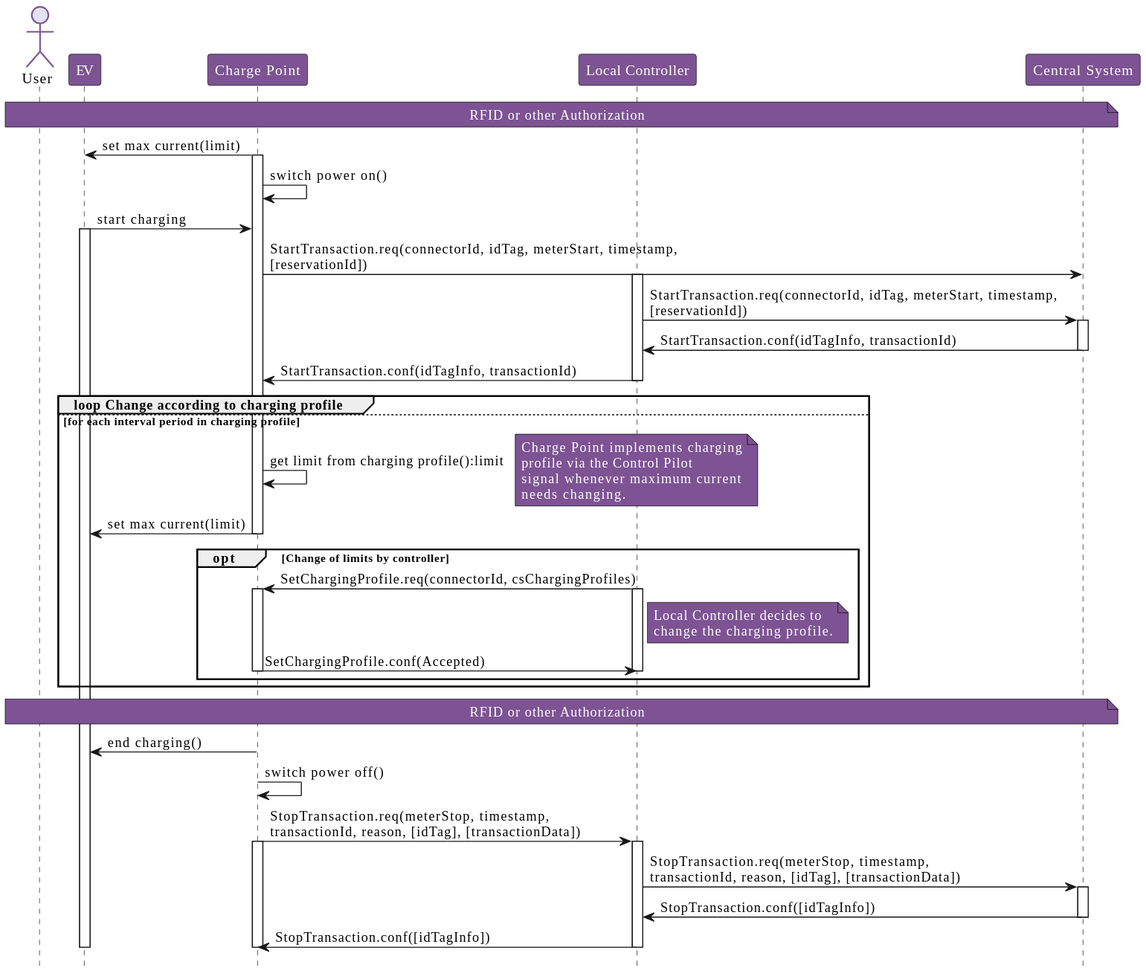
phoi5675/ocpp-markdown keeps this PlantUML diagram as OCPP_1.6/images/figure_11.svg. Above is the earlier version.
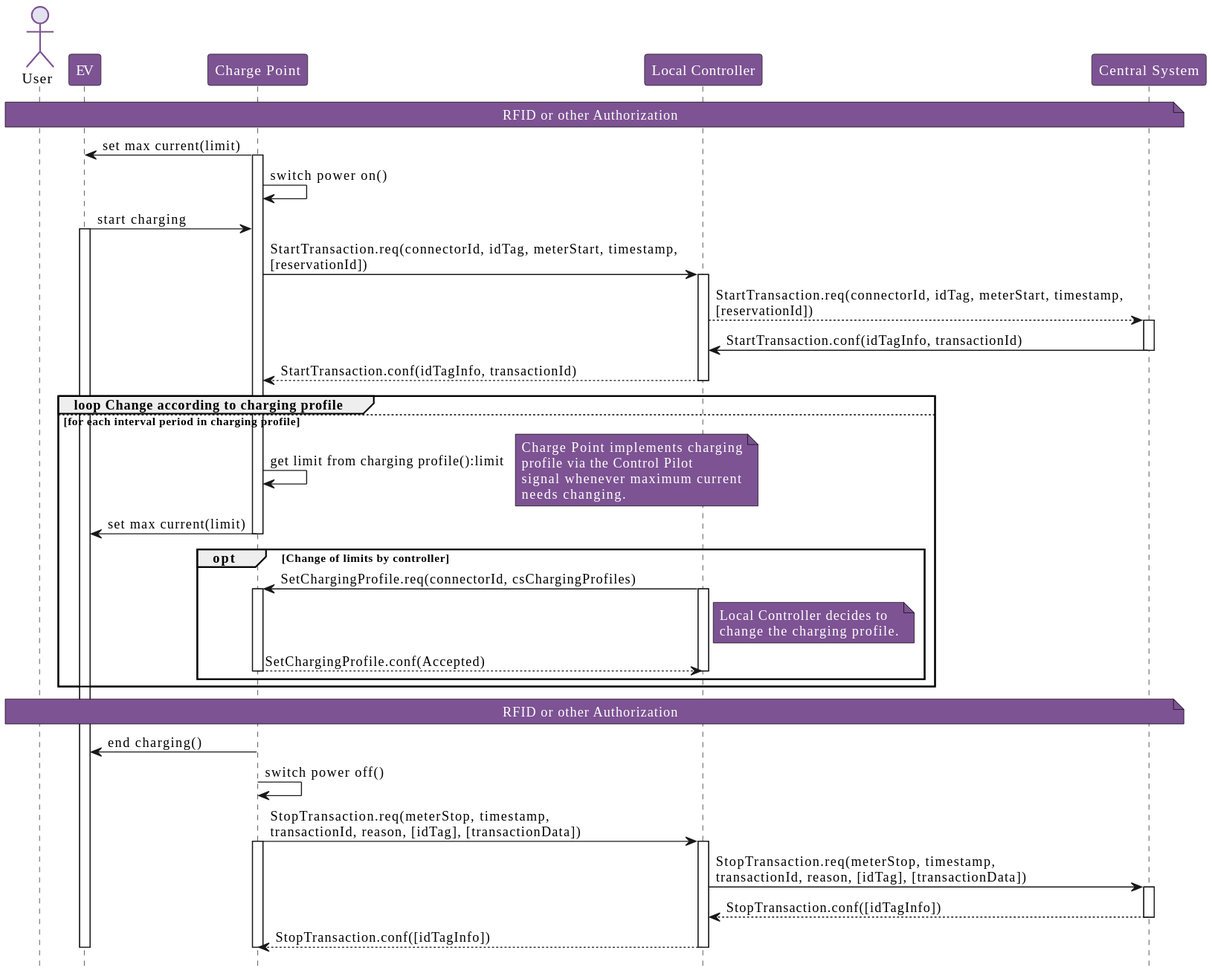
The same diagram one commit later.

What changed in the source:
```diff
@@ -19,16 +19,16 @@
 EV -> ChargePoint : start charging
 activate EV
 
-ChargePoint -> CentralSystem :   StartTransaction.req(connectorId, idTag, meterStart, timestamp,  \n[reservationId])
+ChargePoint -> LocalController :   StartTransaction.req(connectorId, idTag, meterStart, timestamp,  \n[reservationId])
 
 activate LocalController
-LocalController -> CentralSystem :   StartTransaction.req(connectorId, idTag, meterStart, timestamp,  \n[reservationId])
+LocalController --> CentralSystem :   StartTransaction.req(connectorId, idTag, meterStart, timestamp,  \n[reservationId])
 activate CentralSystem
 
 CentralSystem -> LocalController : StartTransaction.conf(idTagInfo, transactionId)
 deactivate CentralSystem
 
-LocalController -> ChargePoint : StartTransaction.conf(idTagInfo, transactionId)
+LocalController --> ChargePoint : StartTransaction.conf(idTagInfo, transactionId)
 deactivate LocalController
 
 group loop Change according to charging profile
@@ -55,7 +55,7 @@
       change the charging profile.
     end note
 
-    ChargePoint -> LocalController : SetChargingProfile.conf(Accepted)
+    ChargePoint --> LocalController : SetChargingProfile.conf(Accepted)
     deactivate ChargePoint
     deactivate LocalController
   end
@@ -76,10 +76,10 @@
 LocalController -> CentralSystem :   StopTransaction.req(meterStop, timestamp,  \ntransactionId, reason, [idTag], [transactionData])
 activate CentralSystem
 
-CentralSystem -> LocalController : StopTransaction.conf([idTagInfo])
+CentralSystem --> LocalController : StopTransaction.conf([idTagInfo])
 deactivate CentralSystem
 
-LocalController -> ChargePoint : StopTransaction.conf([idTagInfo])
+LocalController --> ChargePoint : StopTransaction.conf([idTagInfo])
 deactivate LocalController
 deactivate ChargePoint
 deactivate EV
```
